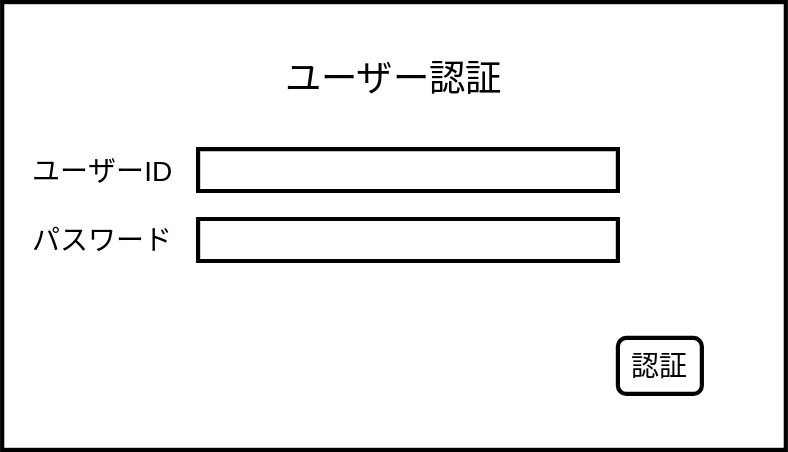
kuboshu/exmanager keeps this draw.io diagram as design/image/login.drawio.svg. Above is the earlier version. Source tidied: cells renumbered, new cells last; positions are measured from the earlier drawing's top-left corner, leaving out a move shared by most shapes. The source it was exported from:
```xml
<mxGraphModel background="#ffffff">
  <root>
    <mxCell id="0" />
    <mxCell id="1" parent="0" />
    <mxCell id="2" style="rounded=0;whiteSpace=wrap;html=1;fillColor=none;fontColor=#000000;strokeColor=#000000;strokeWidth=3;" parent="1" vertex="1">
      <mxGeometry width="560" height="320" as="geometry" />
    </mxCell>
    <mxCell id="3" value="ユーザーID" style="text;html=1;strokeColor=none;fillColor=none;align=left;verticalAlign=middle;whiteSpace=wrap;rounded=0;fontSize=20;fontColor=#000000;" parent="1" vertex="1">
      <mxGeometry x="20" y="105" width="120" height="30" as="geometry" />
    </mxCell>
    <mxCell id="4" value="ユーザー認証" style="text;html=1;strokeColor=none;fillColor=none;align=center;verticalAlign=middle;whiteSpace=wrap;rounded=0;fontColor=#000000;fontSize=26;" parent="1" vertex="1">
      <mxGeometry x="30" y="30" width="500" height="50" as="geometry" />
    </mxCell>
    <mxCell id="5" value="パスワード" style="text;html=1;strokeColor=none;fillColor=none;align=left;verticalAlign=middle;whiteSpace=wrap;rounded=0;fontSize=20;fontColor=#000000;" parent="1" vertex="1">
      <mxGeometry x="20" y="155" width="120" height="30" as="geometry" />
    </mxCell>
    <mxCell id="6" style="verticalLabelPosition=bottom;verticalAlign=top;html=1;shape=mxgraph.basic.rect;fillColor2=none;strokeWidth=3;size=20;indent=5;fillColor=none;strokeColor=#000000;" parent="1" vertex="1">
      <mxGeometry x="140" y="105" width="300" height="30" as="geometry" />
    </mxCell>
    <mxCell id="7" style="verticalLabelPosition=bottom;verticalAlign=top;html=1;shape=mxgraph.basic.rect;fillColor2=none;strokeWidth=3;size=20;indent=5;fillColor=none;strokeColor=#000000;" parent="1" vertex="1">
      <mxGeometry x="140" y="155" width="300" height="30" as="geometry" />
    </mxCell>
    <mxCell id="8" value="&lt;font style=&quot;font-size: 20px&quot;&gt;認証&lt;/font&gt;" style="rounded=1;whiteSpace=wrap;html=1;strokeColor=#000000;strokeWidth=3;fillColor=none;fontColor=#000000;" parent="1" vertex="1">
      <mxGeometry x="440" y="240" width="60" height="40" as="geometry" />
    </mxCell>
  </root>
</mxGraphModel>
```
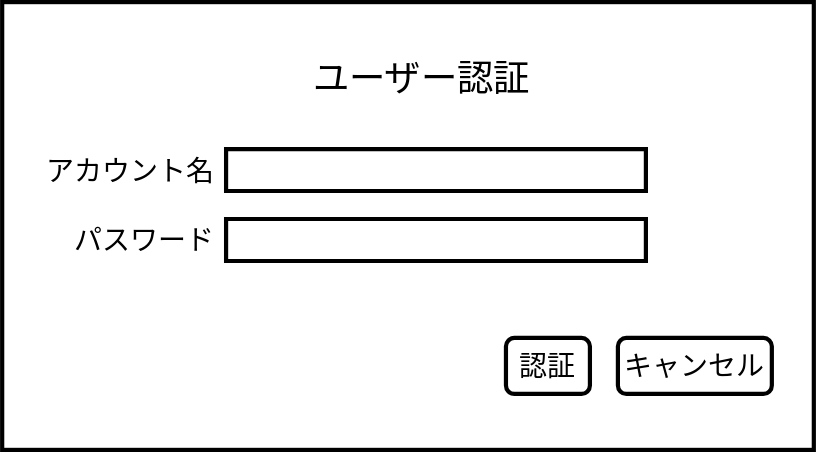
After the commit.

What changed in the source:
```diff
@@ -3,16 +3,16 @@
     <mxCell id="0" />
     <mxCell id="1" parent="0" />
     <mxCell id="2" style="rounded=0;whiteSpace=wrap;html=1;fillColor=none;fontColor=#000000;strokeColor=#000000;strokeWidth=3;" parent="1" vertex="1">
-      <mxGeometry width="560" height="320" as="geometry" />
+      <mxGeometry x="-20" width="580" height="320" as="geometry" />
     </mxCell>
-    <mxCell id="3" value="ユーザーID" style="text;html=1;strokeColor=none;fillColor=none;align=left;verticalAlign=middle;whiteSpace=wrap;rounded=0;fontSize=20;fontColor=#000000;" parent="1" vertex="1">
-      <mxGeometry x="20" y="105" width="120" height="30" as="geometry" />
+    <mxCell id="3" value="アカウント名" style="text;html=1;strokeColor=none;fillColor=none;align=left;verticalAlign=middle;whiteSpace=wrap;rounded=0;fontSize=20;fontColor=#000000;" parent="1" vertex="1">
+      <mxGeometry x="10" y="105" width="130" height="30" as="geometry" />
     </mxCell>
     <mxCell id="4" value="ユーザー認証" style="text;html=1;strokeColor=none;fillColor=none;align=center;verticalAlign=middle;whiteSpace=wrap;rounded=0;fontColor=#000000;fontSize=26;" parent="1" vertex="1">
       <mxGeometry x="30" y="30" width="500" height="50" as="geometry" />
     </mxCell>
     <mxCell id="5" value="パスワード" style="text;html=1;strokeColor=none;fillColor=none;align=left;verticalAlign=middle;whiteSpace=wrap;rounded=0;fontSize=20;fontColor=#000000;" parent="1" vertex="1">
-      <mxGeometry x="20" y="155" width="120" height="30" as="geometry" />
+      <mxGeometry x="30" y="155" width="120" height="30" as="geometry" />
     </mxCell>
     <mxCell id="6" style="verticalLabelPosition=bottom;verticalAlign=top;html=1;shape=mxgraph.basic.rect;fillColor2=none;strokeWidth=3;size=20;indent=5;fillColor=none;strokeColor=#000000;" parent="1" vertex="1">
       <mxGeometry x="140" y="105" width="300" height="30" as="geometry" />
@@ -21,7 +21,10 @@
       <mxGeometry x="140" y="155" width="300" height="30" as="geometry" />
     </mxCell>
     <mxCell id="8" value="&lt;font style=&quot;font-size: 20px&quot;&gt;認証&lt;/font&gt;" style="rounded=1;whiteSpace=wrap;html=1;strokeColor=#000000;strokeWidth=3;fillColor=none;fontColor=#000000;" parent="1" vertex="1">
-      <mxGeometry x="440" y="240" width="60" height="40" as="geometry" />
+      <mxGeometry x="340" y="240" width="60" height="40" as="geometry" />
     </mxCell>
+    <mxCell id="9" value="&lt;font style=&quot;font-size: 20px&quot;&gt;キャンセル&lt;/font&gt;" style="rounded=1;whiteSpace=wrap;html=1;strokeColor=#000000;strokeWidth=3;fillColor=none;fontColor=#000000;" parent="1" vertex="1">
+      <mxGeometry x="420" y="240" width="110" height="40" as="geometry" />
+    </mxCell>
   </root>
 </mxGraphModel>
```
